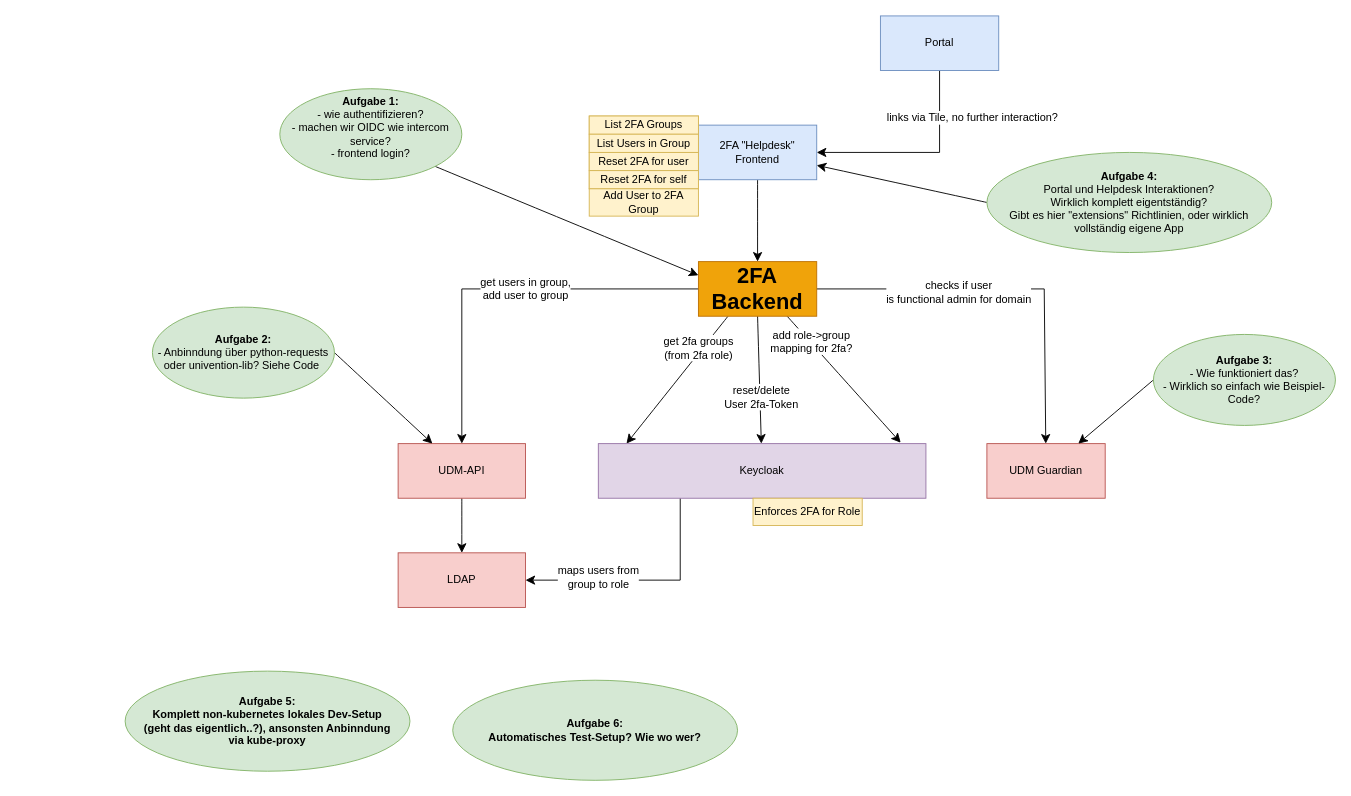
Before: src/2fa-backend.drawio in univention/2fa-helpdesk, a draw.io diagram. Source tidied: cells renumbered, new cells numbered last; positions are measured from the earlier drawing's top-left corner, leaving out a move shared by most shapes. Both pictures are drawn from the tidied source at 91%, with x=0, y=0 at pixel (125, 15).
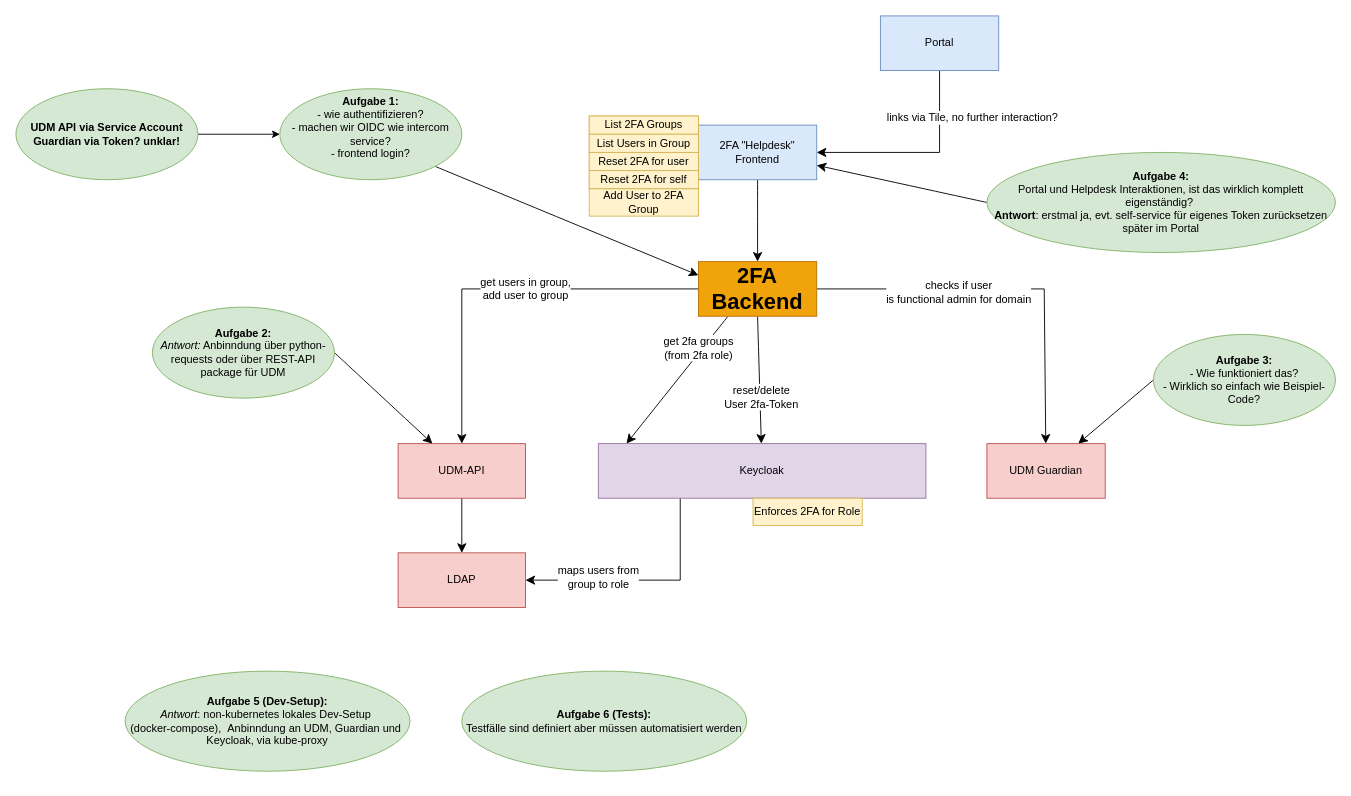
The same diagram, later.

Commit message:
update: update with meeting notes

The change refers to these unchanged cells:
```xml
<mxCell id="14" value="&lt;font style=&quot;font-size: 24px;&quot;&gt;2FA Backend&lt;/font&gt;" style="rounded=0;whiteSpace=wrap;html=1;fillColor=#f0a30a;fontColor=#000000;strokeColor=#BD7000;fontStyle=1;" parent="1" vertex="1">
  <mxGeometry x="630" y="270" width="130" height="60" as="geometry" />
</mxCell>
<mxCell id="23" value="Keycloak" style="rounded=0;whiteSpace=wrap;html=1;fillColor=#e1d5e7;strokeColor=#9673a6;" parent="1" vertex="1">
  <mxGeometry x="520" y="470" width="360" height="60" as="geometry" />
</mxCell>
<mxCell id="33" value="&lt;b&gt;Aufgabe 1:&lt;br&gt;&lt;/b&gt;- wie authentifizieren?&lt;div&gt;- machen wir OIDC wie intercom service?&lt;/div&gt;&lt;div&gt;- frontend login?&lt;/div&gt;&lt;div&gt;&lt;br&gt;&lt;/div&gt;" style="ellipse;whiteSpace=wrap;html=1;fillColor=#d5e8d4;strokeColor=#82b366;" parent="1" vertex="1">
  <mxGeometry x="170" y="80" width="200" height="100" as="geometry" />
</mxCell>
```

Change to the diagram source:
```diff
@@
-    <mxCell id="8" style="edgeStyle=none;curved=1;rounded=0;jettySize=auto;html=1;exitX=0.75;exitY=1;exitDx=0;exitDy=0;entryX=0.923;entryY=-0.017;entryDx=0;entryDy=0;fontSize=12;startSize=8;endSize=8;entryPerimeter=0;" parent="1" edge="1" source="14" target="23">
-      <mxGeometry relative="1" as="geometry" />
-    </mxCell>
-    <mxCell id="9" value="add role-&amp;gt;group&lt;br&gt;mapping for 2fa?" style="edgeLabel;html=1;align=center;verticalAlign=middle;fontSize=12;" parent="8" vertex="1">
-      <mxGeometry x="-0.6" y="2" relative="1" as="geometry">
-        <mxPoint y="1" as="offset" />
-      </mxGeometry>
-    </mxCell>
@@
-    <mxCell id="35" value="&lt;b&gt;Aufgabe 2:&lt;br&gt;&lt;/b&gt;- Anbinndung über python-requests oder univention-lib? Siehe Code&amp;nbsp;" style="ellipse;whiteSpace=wrap;html=1;fillColor=#d5e8d4;strokeColor=#82b366;" parent="1" vertex="1">
+    <mxCell id="35" value="&lt;b&gt;Aufgabe 2:&lt;br&gt;&lt;/b&gt;&lt;i&gt;Antwort:&lt;/i&gt; Anbinndung über python-requests oder über REST-API package für UDM" style="ellipse;whiteSpace=wrap;html=1;fillColor=#d5e8d4;strokeColor=#82b366;" parent="1" vertex="1">
       <mxGeometry x="30" y="320" width="200" height="100" as="geometry" />
     </mxCell>
@@
-    <mxCell id="39" value="&lt;b&gt;Aufgabe 4:&lt;/b&gt;&lt;div&gt;Portal und Helpdesk Interaktionen?&lt;br&gt;Wirklich komplett eigentständig?&lt;/div&gt;&lt;div&gt;Gibt es hier &quot;extensions&quot; Richtlinien, oder wirklich vollständig eigene App&lt;/div&gt;" style="ellipse;whiteSpace=wrap;html=1;fillColor=#d5e8d4;strokeColor=#82b366;" parent="1" vertex="1">
-      <mxGeometry x="947" y="150" width="313" height="110" as="geometry" />
+    <mxCell id="39" value="&lt;b&gt;Aufgabe 4:&lt;/b&gt;&lt;div&gt;Portal und Helpdesk Interaktionen, ist das wirklich komplett eigenständig?&amp;nbsp;&lt;br&gt;&lt;b&gt;Antwort&lt;/b&gt;: erstmal ja, evt. self-service für eigenes Token zurücksetzen später im Portal&lt;/div&gt;" style="ellipse;whiteSpace=wrap;html=1;fillColor=#d5e8d4;strokeColor=#82b366;" parent="1" vertex="1">
+      <mxGeometry x="947" y="150" width="383" height="110" as="geometry" />
     </mxCell>
-    <mxCell id="40" value="&lt;b&gt;Aufgabe 5:&lt;br&gt;Komplett non-kubernetes lokales Dev-Setup&lt;/b&gt;&lt;div&gt;&lt;b&gt;(geht das eigentlich..?), ansonsten Anbinndung&lt;/b&gt;&lt;/div&gt;&lt;div&gt;&lt;b&gt;via kube-proxy&lt;/b&gt;&lt;/div&gt;" style="ellipse;whiteSpace=wrap;html=1;fillColor=#d5e8d4;strokeColor=#82b366;" parent="1" vertex="1">
+    <mxCell id="40" value="&lt;b&gt;Aufgabe 5 (Dev-Setup):&lt;/b&gt;&lt;br&gt;&lt;i&gt;Antwort&lt;/i&gt;: non-kubernetes lokales Dev-Setup&amp;nbsp;&lt;br&gt;&lt;span style=&quot;background-color: transparent; color: light-dark(rgb(0, 0, 0), rgb(255, 255, 255));&quot;&gt;(docker-compose), &amp;nbsp;Anbinndung an UDM, Guardian und&amp;nbsp;&lt;br&gt;Keycloak,&amp;nbsp;&lt;/span&gt;&lt;span style=&quot;background-color: transparent; color: light-dark(rgb(0, 0, 0), rgb(255, 255, 255));&quot;&gt;via kube-proxy&lt;/span&gt;" style="ellipse;whiteSpace=wrap;html=1;fillColor=#d5e8d4;strokeColor=#82b366;" parent="1" vertex="1">
       <mxGeometry y="720" width="313" height="110" as="geometry" />
     </mxCell>
-    <mxCell id="41" value="&lt;b&gt;Aufgabe 6:&lt;br&gt;Automatisches Test-Setup? Wie wo wer?&lt;/b&gt;" style="ellipse;whiteSpace=wrap;html=1;fillColor=#d5e8d4;strokeColor=#82b366;" parent="1" vertex="1">
-      <mxGeometry x="360" y="730" width="313" height="110" as="geometry" />
+    <mxCell id="41" value="&lt;b&gt;Aufgabe 6 (Tests):&lt;/b&gt;&lt;br&gt;Testfälle sind definiert aber müssen automatisiert werden" style="ellipse;whiteSpace=wrap;html=1;fillColor=#d5e8d4;strokeColor=#82b366;" parent="1" vertex="1">
+      <mxGeometry x="370" y="720" width="313" height="110" as="geometry" />
     </mxCell>
+    <mxCell id="42" style="edgeStyle=orthogonalEdgeStyle;rounded=0;jettySize=auto;html=1;exitX=1;exitY=0.5;exitDx=0;exitDy=0;" parent="1" edge="1" source="43" target="33">
+      <mxGeometry relative="1" as="geometry" />
+    </mxCell>
+    <mxCell id="43" value="&lt;b&gt;UDM API via Service Account&lt;br&gt;Guardian via Token? unklar!&lt;/b&gt;" style="ellipse;whiteSpace=wrap;html=1;fillColor=#d5e8d4;strokeColor=#82b366;" parent="1" vertex="1">
+      <mxGeometry x="-120" y="80" width="200" height="100" as="geometry" />
+    </mxCell>
```
